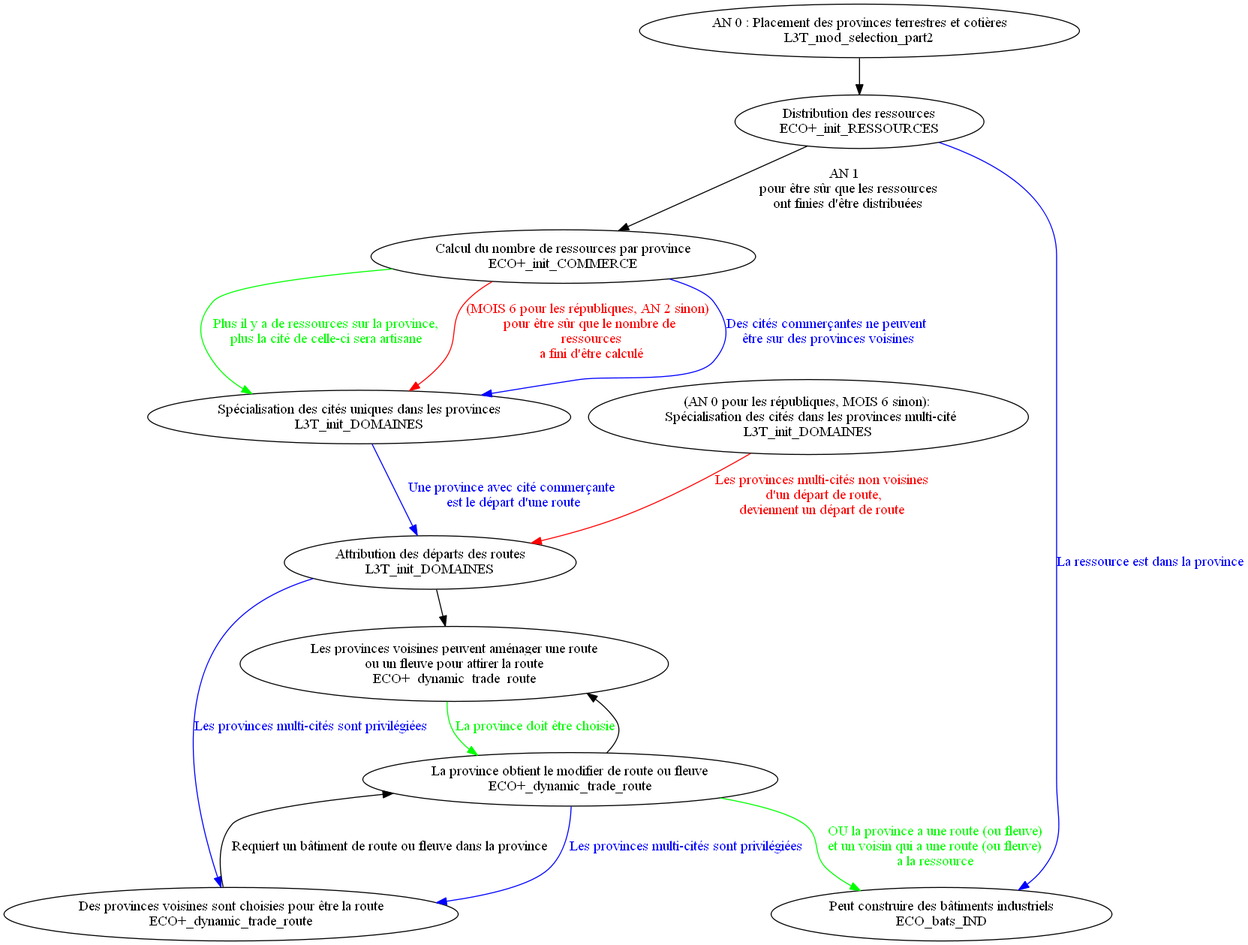
Earlier version of the Graphviz export ECO.png (ArkoG/L3T). Its source is kept beside it as ECO.gv.
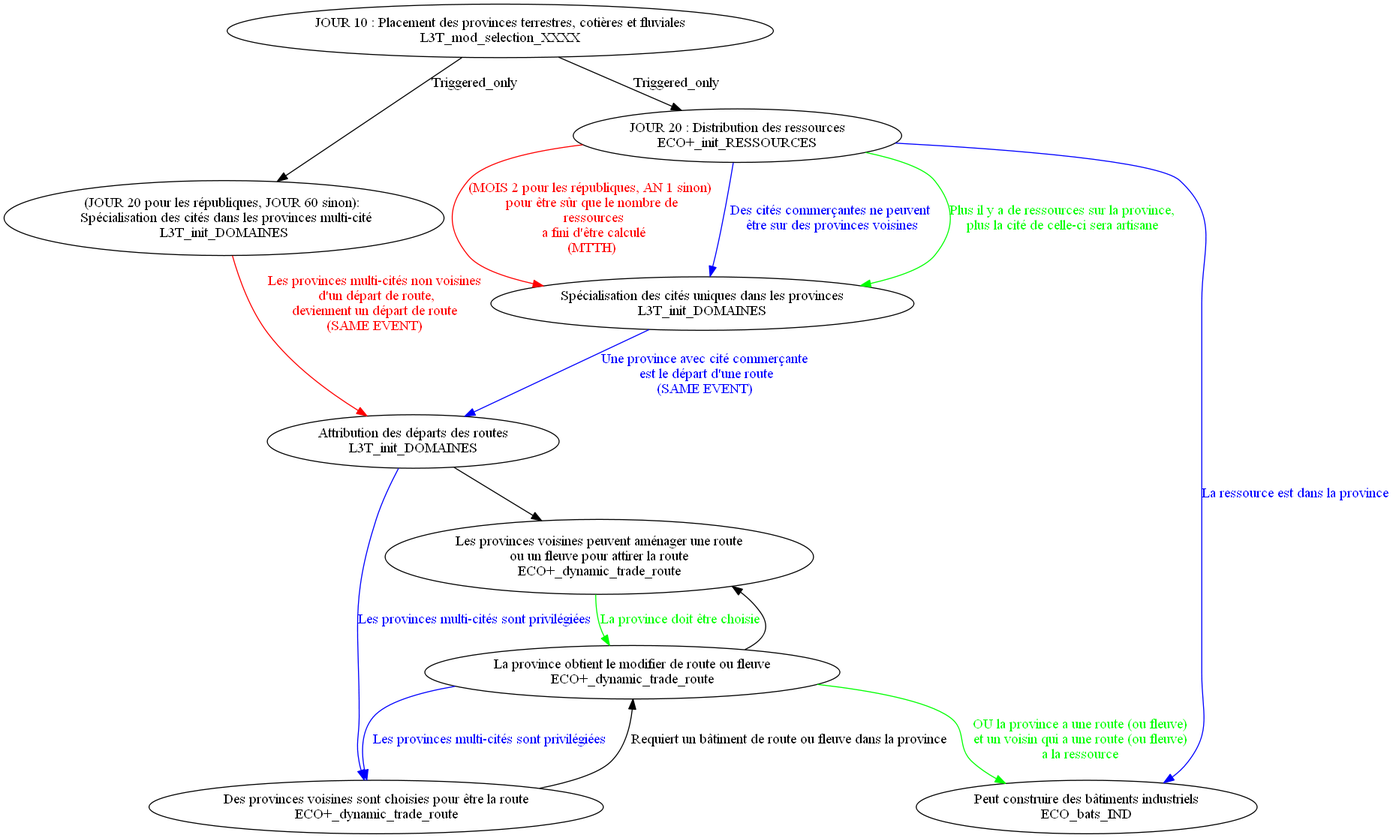
The same file after the commit.

The edit, as a diff of the source:
```diff
@@ -1,9 +1,8 @@
 digraph G {
 	node [shape=ellipse];
-		{node [label="AN 0 : Placement des provinces terrestres et cotières\nL3T_mod_selection_part2"] n0;};
-		{node [label="Distribution des ressources\nECO+_init_RESSOURCES"] n1;};
-		{node [label="(AN 0 pour les républiques, MOIS 6 sinon): \n Spécialisation des cités dans les provinces multi-cité\nL3T_init_DOMAINES"] n2;};
-		{node [label="Calcul du nombre de ressources par province\nECO+_init_COMMERCE"] n3;};
+		{node [label="JOUR 10 : Placement des provinces terrestres, cotières et fluviales\nL3T_mod_selection_XXXX"] n0;};
+		{node [label="JOUR 20 : Distribution des ressources\nECO+_init_RESSOURCES"] n1;};
+		{node [label="(JOUR 20 pour les républiques, JOUR 60 sinon): \n Spécialisation des cités dans les provinces multi-cité\nL3T_init_DOMAINES"] n2;};
 		{node [label="Spécialisation des cités uniques dans les provinces\nL3T_init_DOMAINES"] n4;};
 		{node [label="Attribution des départs des routes\nL3T_init_DOMAINES"] n5;};
 		{node [label="Les provinces voisines peuvent aménager une route\nou un fleuve pour attirer la route\nECO+_dynamic_trade_route"] n6;};
@@ -11,13 +10,13 @@
 		{node [label="La province obtient le modifier de route ou fleuve\nECO+_dynamic_trade_route"] n8;};
 		{node [label="Peut construire des bâtiments industriels\nECO_bats_IND"] n9;};
 
-	n0 -> n1
-	n1 -> n3  [label="AN 1 \n pour être sûr que les ressources\n ont finies d'être distribuées"]
-	n3 -> n4  [label="(MOIS 6 pour les républiques, AN 2 sinon) \n pour être sûr que le nombre de \n ressources\n a fini d'être calculé",len=1.00, fontcolor=red, color=red]
-	n3 -> n4  [label="Des cités commerçantes ne peuvent\n être sur des provinces voisines",len=1.00, fontcolor=blue, color=blue]
-	n3 -> n4  [label="Plus il y a de ressources sur la province,\nplus la cité de celle-ci sera artisane",len=1.00, fontcolor=green, color=green]
-	n2 -> n5 [label="Les provinces multi-cités non voisines\n d'un départ de route,\ndeviennent un départ de route",len=1.00, fontcolor=red, color=red]
-	n4 -> n5 [label="Une province avec cité commerçante\n est le départ d'une route",len=1.00, fontcolor=blue, color=blue]
+	n0 -> n1 [label="Triggered_only"]
+	n0 -> n2 [label="Triggered_only"]
+	n1 -> n4  [label="(MOIS 2 pour les républiques, AN 1 sinon) \n pour être sûr que le nombre de \n ressources\n a fini d'être calculé\n(MTTH)",len=1.00, fontcolor=red, color=red]
+	n1 -> n4  [label="Des cités commerçantes ne peuvent\n être sur des provinces voisines",len=1.00, fontcolor=blue, color=blue]
+	n1 -> n4  [label="Plus il y a de ressources sur la province,\nplus la cité de celle-ci sera artisane",len=1.00, fontcolor=green, color=green]
+	n2 -> n5 [label="Les provinces multi-cités non voisines\n d'un départ de route,\ndeviennent un départ de route\n(SAME EVENT)",len=1.00, fontcolor=red, color=red]
+	n4 -> n5 [label="Une province avec cité commerçante\n est le départ d'une route\n(SAME EVENT)",len=1.00, fontcolor=blue, color=blue]
 	n5 -> n6
 	n5 -> n7 [label="Les provinces multi-cités sont privilégiées",len=1.00, fontcolor=blue, color=blue]
 	n6 -> n8 [label="La province doit être choisie",len=1.00, fontcolor=green, color=green]
```
